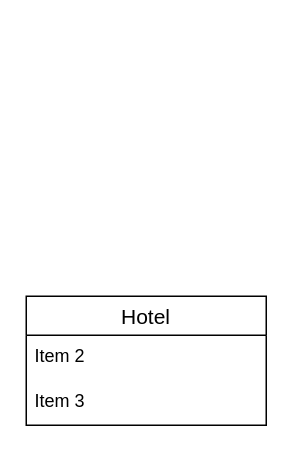
Earlier version of the draw.io diagram Untitled Diagram.drawio (znamazbayeva/study-nazarbayev-university). Source tidied: cells renumbered, new cells numbered last; positions are measured from the earlier drawing's top-left corner, leaving out a move shared by most shapes. Both pictures are drawn from the tidied source at 150%, with x=0, y=0 at pixel (26, 296).
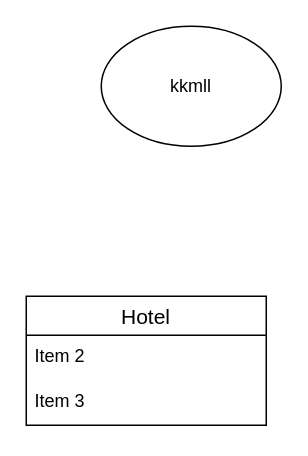
The same diagram, later.

Change to the diagram source:
```diff
@@
 <mxGraphModel>
   <root>
     <mxCell id="0" />
     <mxCell id="1" parent="0" />
     <mxCell id="2" value="Hotel" style="swimlane;fontStyle=0;horizontal=1;startSize=26;align=center;fontSize=14;" parent="1" vertex="1">
       <mxGeometry width="160" height="86" as="geometry" />
     </mxCell>
     <mxCell id="3" value="Item 2" style="text;strokeColor=none;fillColor=none;spacingLeft=4;spacingRight=4;overflow=hidden;fontSize=12;" parent="2" vertex="1">
       <mxGeometry y="26" width="160" height="30" as="geometry" />
     </mxCell>
     <mxCell id="4" value="Item 3" style="text;strokeColor=none;fillColor=none;spacingLeft=4;spacingRight=4;overflow=hidden;fontSize=12;" parent="2" vertex="1">
       <mxGeometry y="56" width="160" height="30" as="geometry" />
     </mxCell>
+    <mxCell id="5" value="kkmll" style="ellipse;whiteSpace=wrap;html=1;" parent="1" vertex="1">
+      <mxGeometry x="50" y="-180" width="120" height="80" as="geometry" />
+    </mxCell>
   </root>
 </mxGraphModel>
```
